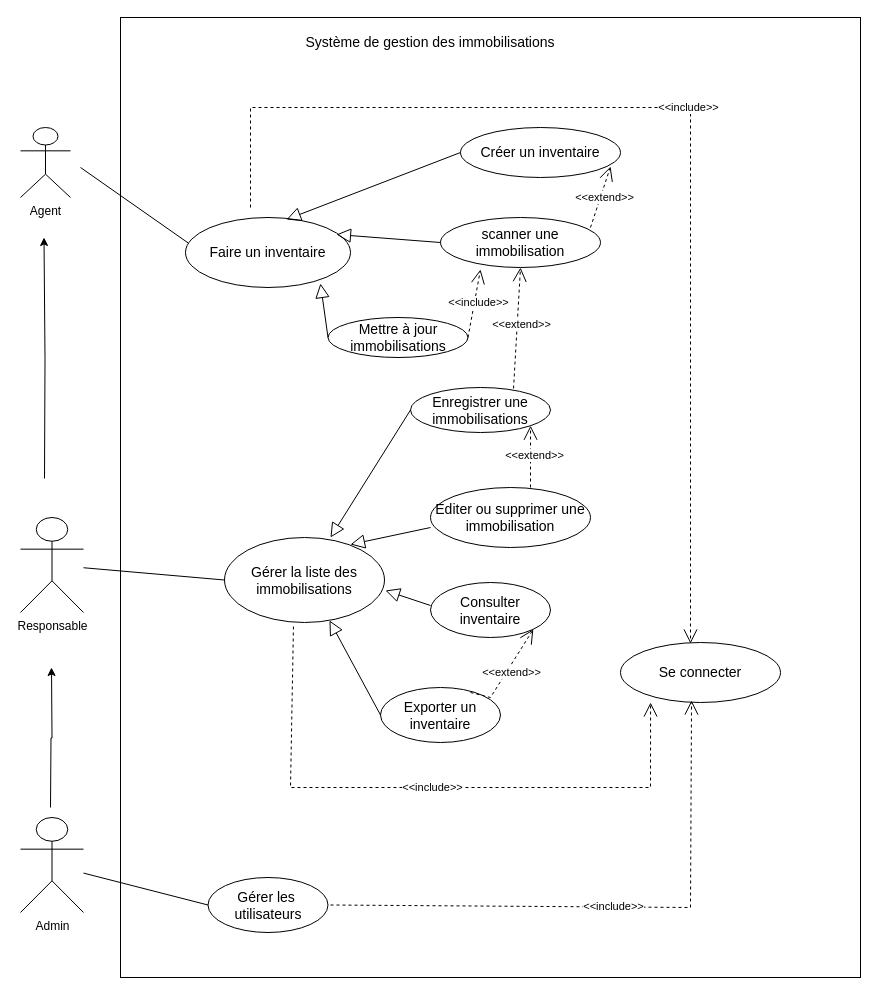
The draw.io diagram page "Page-1" (1 of 2) of Diagramme cas d'utilisation.drawio in Joahnne-25/Folder_Diagramme-soutenance, before the edit. Source tidied: cells renumbered, new cells numbered last; positions are measured from the earlier drawing's top-left corner, leaving out a move shared by most shapes. Both pictures are drawn from the tidied source at 100%, with x=0, y=0 at pixel (20, 17).
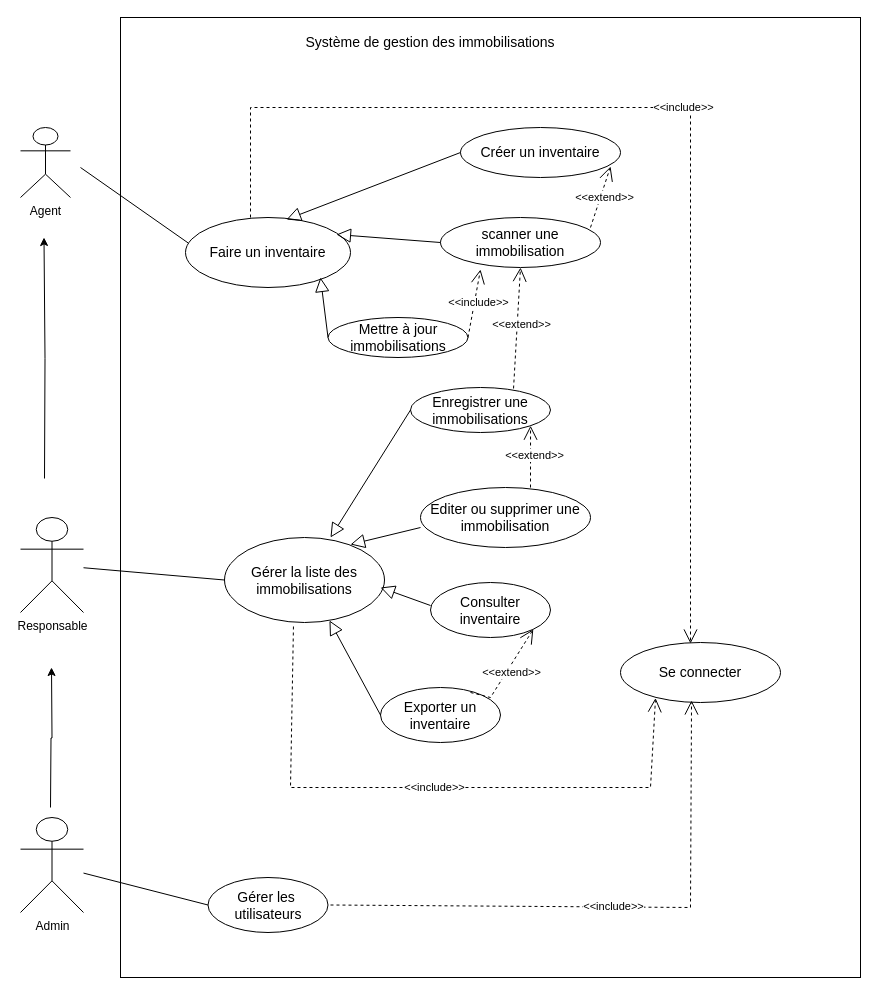
The same page after the edit.

Commit message (it also covers changes not shown here):
Mettre à jour Diagramme cas d'utilisation.drawio

Unchanged cells that the change refers to:
```xml
<mxCell id="5" value="&lt;span style=&quot;font-size: 14px;&quot;&gt;Faire un inventaire&lt;/span&gt;" style="ellipse;whiteSpace=wrap;html=1;" parent="1" vertex="1">
  <mxGeometry x="165" y="200" width="165" height="70" as="geometry" />
</mxCell>
<mxCell id="6" value="&lt;font style=&quot;font-size: 14px;&quot;&gt;Mettre à jour immobilisations&lt;/font&gt;" style="ellipse;whiteSpace=wrap;html=1;" parent="1" vertex="1">
  <mxGeometry x="307.5" y="300" width="140" height="40" as="geometry" />
</mxCell>
<mxCell id="14" value="&lt;font style=&quot;font-size: 14px;&quot;&gt;Gérer la liste des immobilisations&lt;/font&gt;" style="ellipse;whiteSpace=wrap;html=1;" parent="1" vertex="1">
  <mxGeometry x="204" y="520" width="160" height="85" as="geometry" />
</mxCell>
<mxCell id="15" value="&lt;font style=&quot;font-size: 14px;&quot;&gt;Se connecter&lt;/font&gt;" style="ellipse;whiteSpace=wrap;html=1;" parent="1" vertex="1">
  <mxGeometry x="600" y="625" width="160" height="60" as="geometry" />
</mxCell>
```

The edit, as a diff of the source:
```diff
@@
     <mxCell id="8" value="&lt;font style=&quot;font-size: 14px;&quot;&gt;Editer ou supprimer une immobilisation&lt;/font&gt;" style="ellipse;whiteSpace=wrap;html=1;" parent="1" vertex="1">
-      <mxGeometry x="410" y="470" width="160" height="60" as="geometry" />
+      <mxGeometry x="400" y="470" width="170" height="60" as="geometry" />
     </mxCell>
@@
-    <mxCell id="22" value="&amp;lt;&amp;lt;include&amp;gt;&amp;gt;" style="endArrow=open;endSize=12;dashed=1;html=1;rounded=0;exitX=0.431;exitY=1.047;exitDx=0;exitDy=0;exitPerimeter=0;entryX=0.188;entryY=1;entryDx=0;entryDy=0;entryPerimeter=0;" parent="1" edge="1" source="14" target="15">
+    <mxCell id="22" value="&amp;lt;&amp;lt;include&amp;gt;&amp;gt;" style="endArrow=open;endSize=12;dashed=1;html=1;rounded=0;exitX=0.431;exitY=1.047;exitDx=0;exitDy=0;exitPerimeter=0;entryX=0.219;entryY=0.925;entryDx=0;entryDy=0;entryPerimeter=0;" parent="1" edge="1" source="14" target="15">
       <mxGeometry relative="1" as="geometry">
         <Array as="points">
           <mxPoint x="270" y="770" />
           <mxPoint x="630" y="770" />
         </Array>
       </mxGeometry>
     </mxCell>
@@
-    <mxCell id="25" style="endArrow=block;endFill=0;endSize=12;html=1;rounded=0;entryX=0.818;entryY=0.943;entryDx=0;entryDy=0;entryPerimeter=0;exitX=0;exitY=0.5;exitDx=0;exitDy=0;" parent="1" edge="1" source="6" target="5">
+    <mxCell id="25" style="endArrow=block;endFill=0;endSize=12;html=1;rounded=0;entryX=0.818;entryY=0.857;entryDx=0;entryDy=0;entryPerimeter=0;exitX=0;exitY=0.5;exitDx=0;exitDy=0;" parent="1" edge="1" source="6" target="5">
       <mxGeometry relative="1" as="geometry" />
     </mxCell>
@@
-    <mxCell id="29" style="endArrow=block;endFill=0;endSize=12;html=1;rounded=0;entryX=1.006;entryY=0.624;entryDx=0;entryDy=0;entryPerimeter=0;exitX=0;exitY=0.667;exitDx=0;exitDy=0;exitPerimeter=0;" parent="1" edge="1" target="14">
+    <mxCell id="29" style="endArrow=block;endFill=0;endSize=12;html=1;rounded=0;exitX=0;exitY=0.667;exitDx=0;exitDy=0;exitPerimeter=0;" parent="1" edge="1">
       <mxGeometry relative="1" as="geometry">
         <mxPoint x="410" y="588" as="sourcePoint" />
+        <mxPoint x="360" y="570" as="targetPoint" />
       </mxGeometry>
     </mxCell>
@@
-    <mxCell id="36" value="&amp;lt;&amp;lt;include&amp;gt;&amp;gt;" style="endArrow=open;endSize=12;dashed=1;html=1;rounded=0;" parent="1" edge="1">
+    <mxCell id="36" value="&amp;lt;&amp;lt;include&amp;gt;&amp;gt;" style="endArrow=open;endSize=12;dashed=1;html=1;rounded=0;exitX=0.394;exitY=0;exitDx=0;exitDy=0;exitPerimeter=0;" parent="1" edge="1" source="5">
       <mxGeometry relative="1" as="geometry">
-        <mxPoint x="230" y="190" as="sourcePoint" />
         <mxPoint x="670" y="626" as="targetPoint" />
         <Array as="points">
           <mxPoint x="230" y="90" />
           <mxPoint x="670" y="90" />
           <mxPoint x="670" y="210" />
           <mxPoint x="670" y="360" />
         </Array>
       </mxGeometry>
     </mxCell>
```
